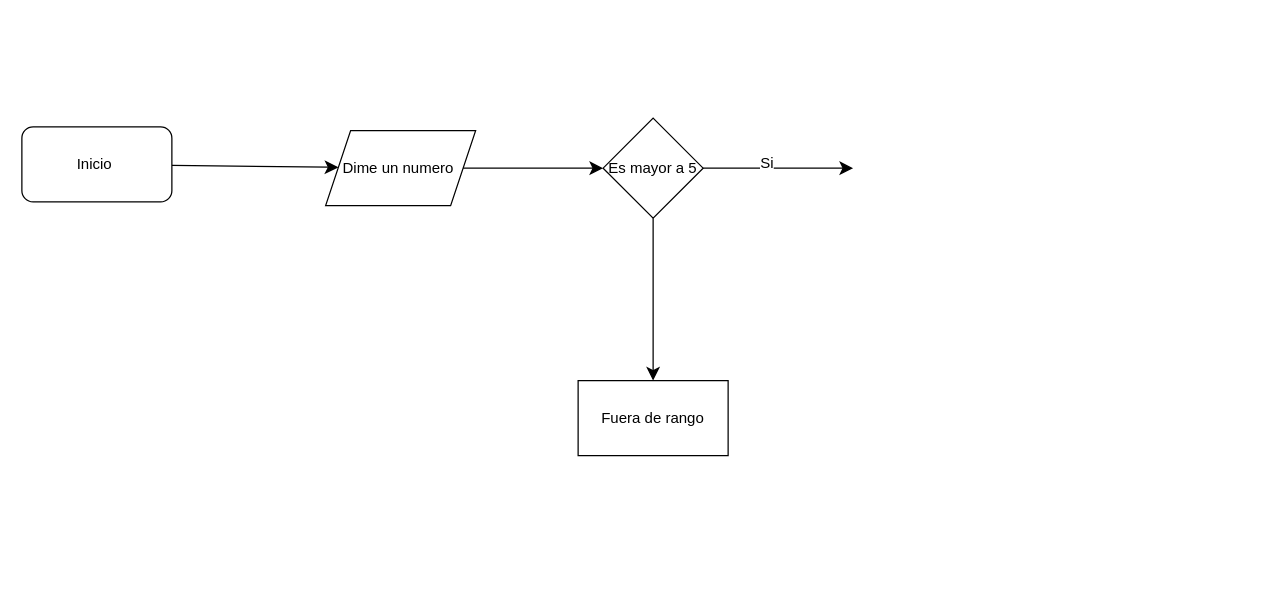
Earlier version of the draw.io diagram Ej 11.drawio (Aitipan/aiti2). Source tidied: cells renumbered, new cells numbered last; positions are measured from the earlier drawing's top-left corner, leaving out a move shared by most shapes. Both pictures are drawn from the tidied source at 125%, with x=0, y=0 at pixel (21, 118).
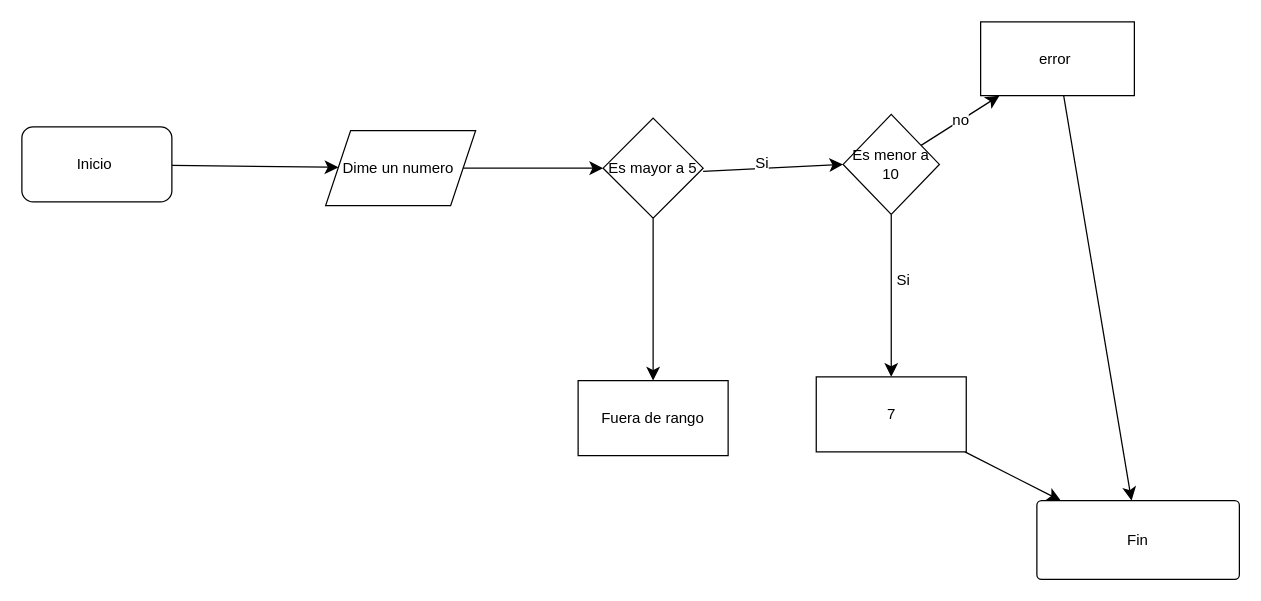
Above is the later version.

Unchanged cells that the change refers to:
```xml
<mxCell id="9" value="Es mayor a 5" style="rhombus;whiteSpace=wrap;html=1;" parent="1" vertex="1">
  <mxGeometry x="465" width="80" height="80" as="geometry" />
</mxCell>
```

What changed in the source:
```diff
@@
-    <mxCell id="6" style="edgeStyle=none;curved=1;rounded=0;jettySize=auto;html=1;fontSize=12;startSize=8;endSize=8;" parent="1" edge="1" source="9">
+    <mxCell id="6" style="edgeStyle=none;curved=1;rounded=0;jettySize=auto;html=1;fontSize=12;startSize=8;endSize=8;entryX=0;entryY=0.5;entryDx=0;entryDy=0;" parent="1" edge="1" target="14">
       <mxGeometry relative="1" as="geometry">
-        <mxPoint x="665" y="40" as="targetPoint" />
+        <mxPoint x="545" y="42.6" as="sourcePoint" />
       </mxGeometry>
     </mxCell>
@@
+    <mxCell id="11" style="edgeStyle=none;curved=1;rounded=0;jettySize=auto;html=1;fontSize=12;startSize=8;endSize=8;" parent="1" edge="1" source="14" target="16">
+      <mxGeometry relative="1" as="geometry" />
+    </mxCell>
+    <mxCell id="12" value="Si" style="edgeLabel;html=1;align=center;verticalAlign=middle;fontSize=12;" parent="11" vertex="1">
+      <mxGeometry x="-0.19" y="9" relative="1" as="geometry">
+        <mxPoint y="-1" as="offset" />
+      </mxGeometry>
+    </mxCell>
+    <mxCell id="13" value="no" style="edgeStyle=none;curved=1;rounded=0;jettySize=auto;html=1;fontSize=12;startSize=8;endSize=8;" parent="1" edge="1" source="14" target="18">
+      <mxGeometry relative="1" as="geometry" />
+    </mxCell>
+    <mxCell id="14" value="Es menor a 10" style="rhombus;whiteSpace=wrap;html=1;" parent="1" vertex="1">
+      <mxGeometry x="657" y="-3" width="77" height="80" as="geometry" />
+    </mxCell>
+    <mxCell id="15" style="edgeStyle=none;curved=1;rounded=0;jettySize=auto;html=1;fontSize=12;startSize=8;endSize=8;" parent="1" edge="1" source="16" target="19">
+      <mxGeometry relative="1" as="geometry" />
+    </mxCell>
+    <mxCell id="16" value="7" style="whiteSpace=wrap;html=1;" parent="1" vertex="1">
+      <mxGeometry x="635.5" y="207" width="120" height="60" as="geometry" />
+    </mxCell>
+    <mxCell id="17" style="edgeStyle=none;curved=1;rounded=0;jettySize=auto;html=1;fontSize=12;startSize=8;endSize=8;" parent="1" edge="1" source="18" target="19">
+      <mxGeometry relative="1" as="geometry" />
+    </mxCell>
+    <mxCell id="18" value="error&amp;nbsp;" style="rounded=0;whiteSpace=wrap;html=1;" parent="1" vertex="1">
+      <mxGeometry x="767" y="-77" width="123" height="59" as="geometry" />
+    </mxCell>
+    <mxCell id="19" value="Fin" style="rounded=1;whiteSpace=wrap;html=1;arcSize=6;" parent="1" vertex="1">
+      <mxGeometry x="812" y="306" width="162" height="63" as="geometry" />
+    </mxCell>
```
